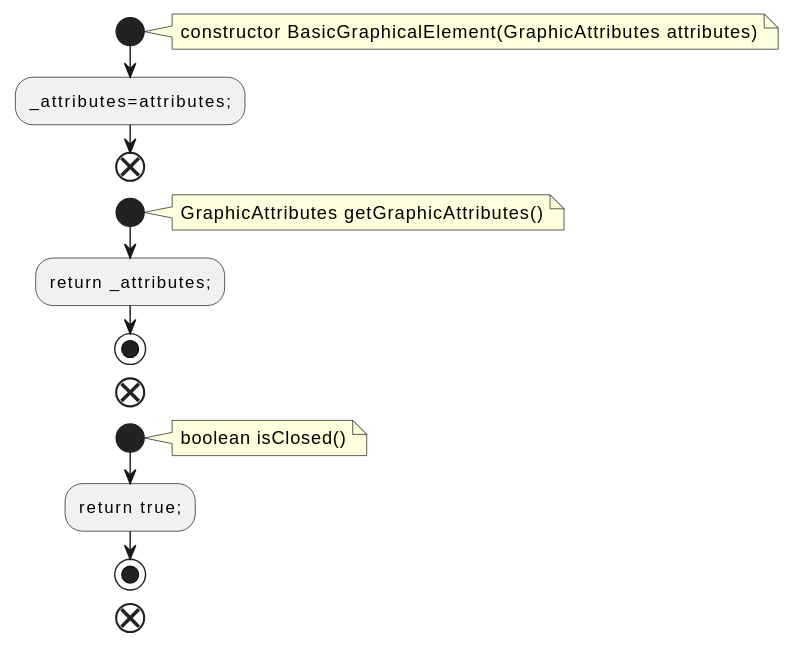
Above: docs/qc/src/jcckit/graphic/BasicGraphicalElement.java.fct.svg in qualitesys/plantuml (PlantUML), before the change. Source of this version:
```plantuml
@startuml
!pragma layout smetana
start
note right
constructor BasicGraphicalElement(GraphicAttributes attributes)
end note
:_attributes=attributes;;
end
start
note right
GraphicAttributes getGraphicAttributes()
end note
:return _attributes;;
stop
end
start
note right
boolean isClosed()
end note
:return true;;
stop
end
@enduml
```
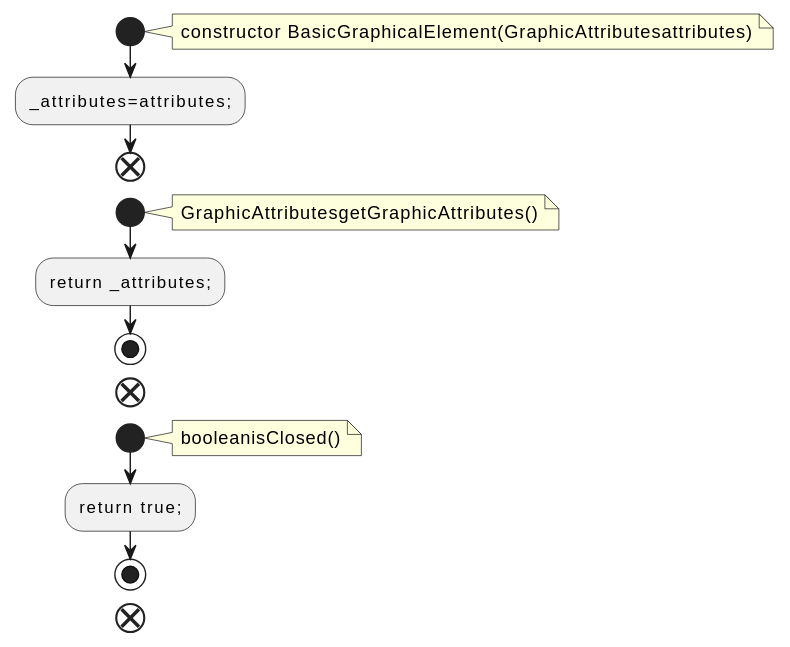
The same diagram one commit later.

What changed in the source:
```diff
@@ -2,20 +2,20 @@
 !pragma layout smetana
 start
 note right
-constructor BasicGraphicalElement(GraphicAttributes attributes)
+constructor BasicGraphicalElement(GraphicAttributesattributes)
 end note
 :_attributes=attributes;;
 end
 start
 note right
-GraphicAttributes getGraphicAttributes()
+GraphicAttributesgetGraphicAttributes()
 end note
 :return _attributes;;
 stop
 end
 start
 note right
-boolean isClosed()
+booleanisClosed()
 end note
 :return true;;
 stop
```
